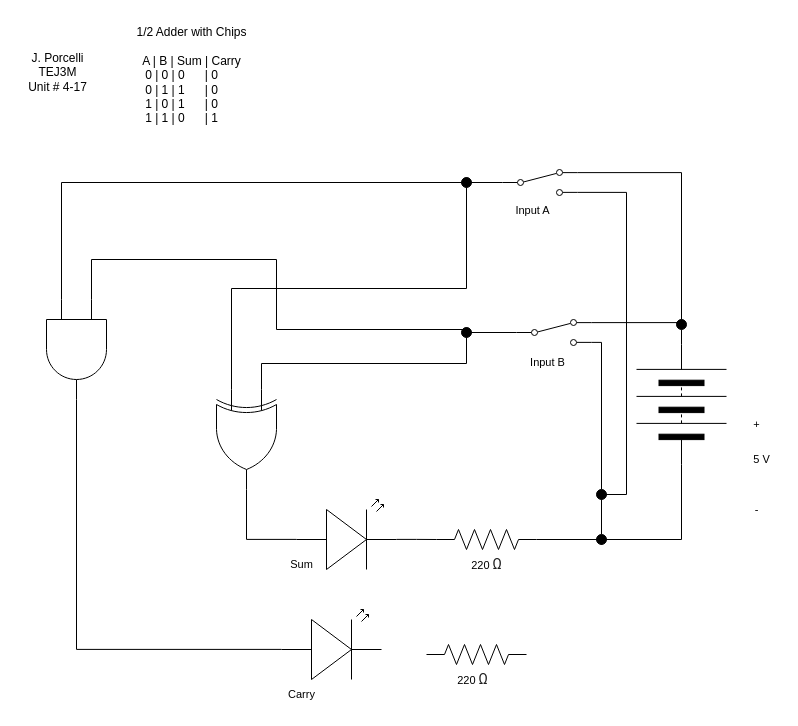
julia-dellatorre-porcelli/TEJ3M-Unit4-17 keeps this draw.io diagram as 4-17/diagram.drawio. Above is the earlier version. Source tidied: cells renumbered, new cells numbered last; positions are measured from the earlier drawing's top-left corner, leaving out a move shared by most shapes. Both pictures are drawn from the tidied source at 100%, with x=0, y=0 at pixel (17, 17).
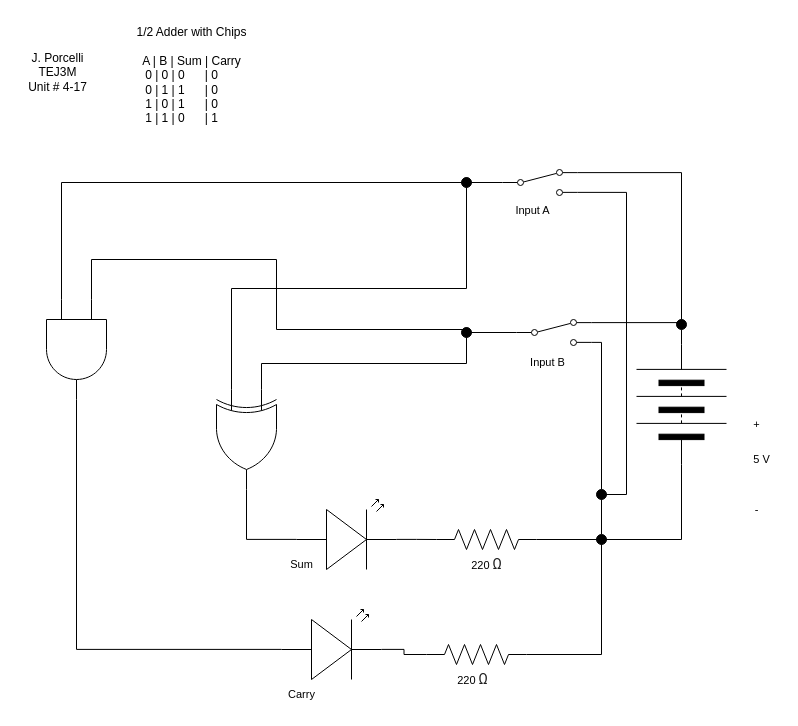
Above is the later version.

The change refers to these unchanged cells:
```xml
<mxCell id="11" style="verticalLabelPosition=bottom;shadow=0;dashed=0;align=center;html=1;verticalAlign=top;shape=mxgraph.electrical.opto_electronics.led_2;" parent="1" vertex="1">
  <mxGeometry x="264" y="592" width="100" height="70" as="geometry" />
</mxCell>
<mxCell id="16" style="verticalLabelPosition=bottom;shadow=0;dashed=0;align=center;html=1;verticalAlign=top;shape=mxgraph.electrical.resistors.resistor_2;fontFamily=Helvetica;fontSize=11;fontColor=default;labelBackgroundColor=default;" parent="1" vertex="1">
  <mxGeometry x="409" y="627" width="100" height="20" as="geometry" />
</mxCell>
<mxCell id="34" style="verticalLabelPosition=bottom;shadow=0;dashed=0;align=center;html=1;verticalAlign=top;shape=mxgraph.electrical.transmission.testPoint;fontFamily=Helvetica;fontSize=11;fontColor=default;labelBackgroundColor=default;" parent="1" vertex="1">
  <mxGeometry x="564" y="517" width="40" height="10" as="geometry" />
</mxCell>
```

Diff of the diagram source:
```diff
@@
+    <mxCell id="44" style="edgeStyle=orthogonalEdgeStyle;shape=connector;curved=0;rounded=0;html=1;exitX=1;exitY=0.5;exitDx=0;exitDy=0;exitPerimeter=0;entryX=0.5;entryY=1;entryDx=0;entryDy=0;strokeColor=default;align=center;verticalAlign=middle;fontFamily=Helvetica;fontSize=11;fontColor=default;labelBackgroundColor=default;endArrow=none;endFill=0;" parent="1" edge="1" source="16" target="34">
+      <mxGeometry relative="1" as="geometry" />
+    </mxCell>
@@
+    <mxCell id="45" style="edgeStyle=orthogonalEdgeStyle;shape=connector;curved=0;rounded=0;html=1;exitX=1;exitY=0.57;exitDx=0;exitDy=0;exitPerimeter=0;entryX=0;entryY=0.5;entryDx=0;entryDy=0;entryPerimeter=0;strokeColor=default;align=center;verticalAlign=middle;fontFamily=Helvetica;fontSize=11;fontColor=default;labelBackgroundColor=default;endArrow=none;endFill=0;" parent="1" edge="1" source="11" target="16">
+      <mxGeometry relative="1" as="geometry" />
+    </mxCell>
```
